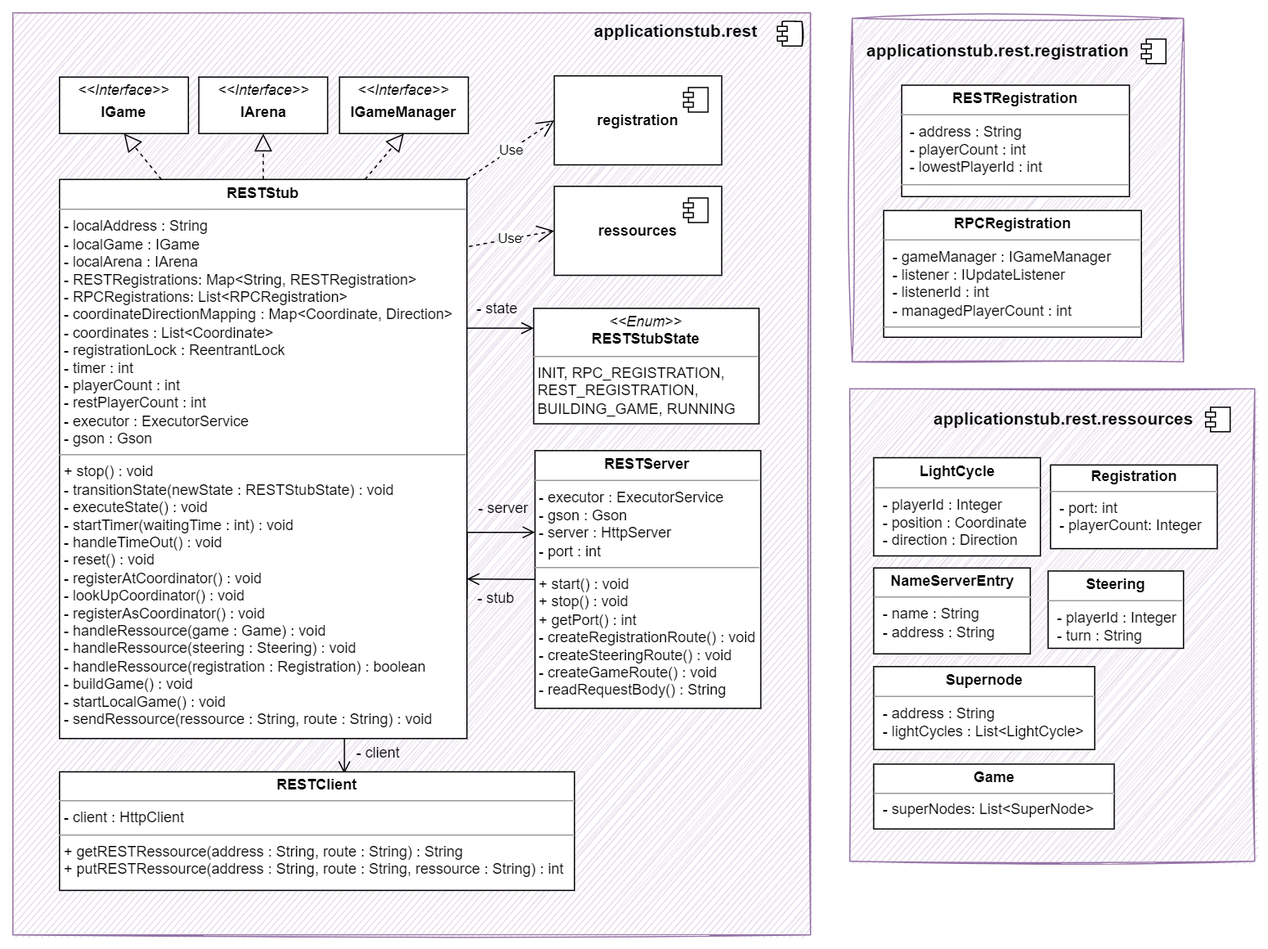
sckoenig/Distributed-Tron keeps this draw.io diagram as Dokumentation/App/diagrams/baustein/bs_layer3_stub_rest.png. Above is the earlier version. Source tidied: cells renumbered, new cells last; positions are measured from the earlier drawing's top-left corner, leaving out a move shared by most shapes.
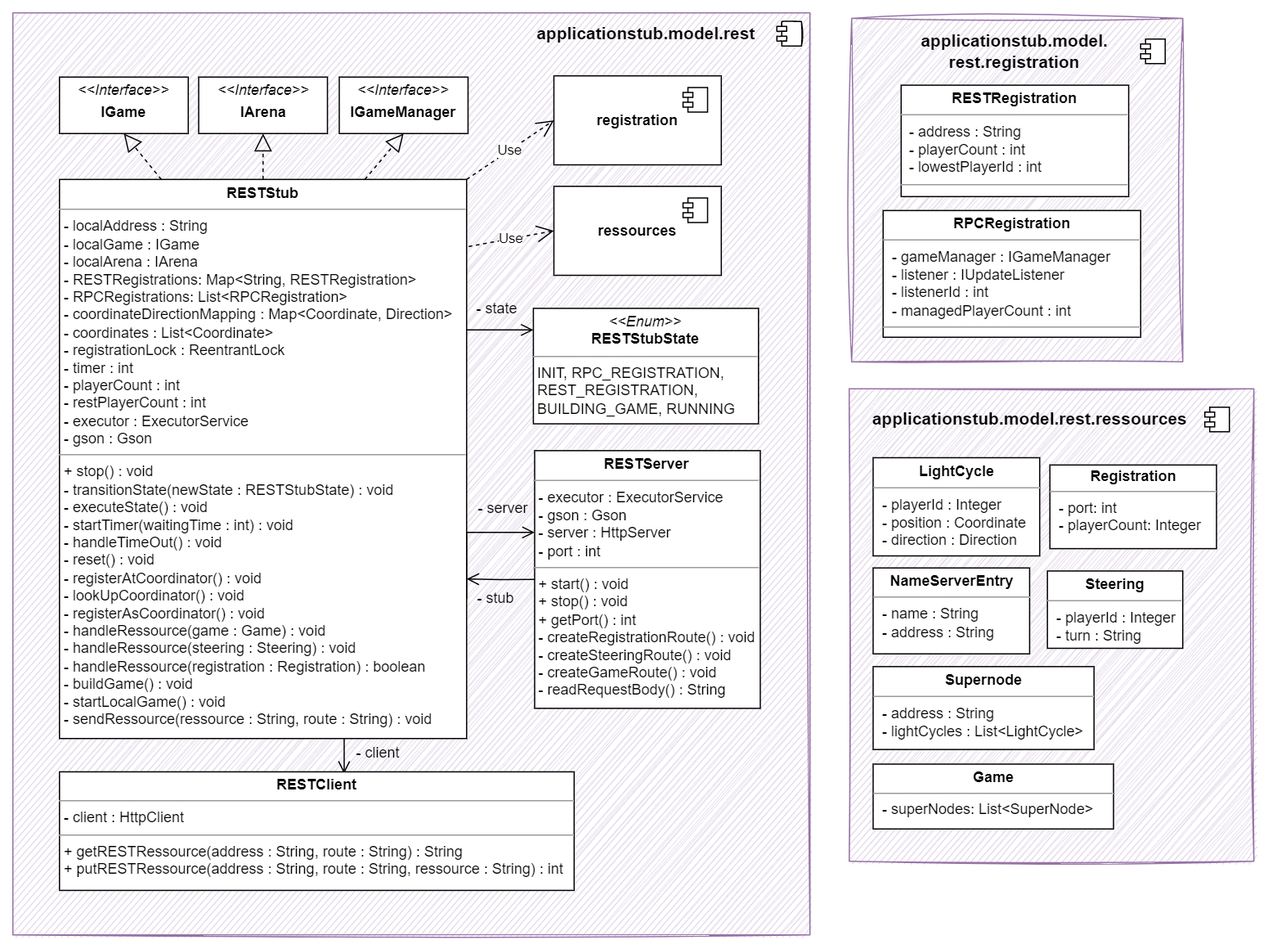
The same diagram one commit later.

Change to the diagram source:
```diff
@@ -41,8 +41,8 @@
     <mxCell id="10" value="&lt;p style=&quot;margin:0px;margin-top:4px;text-align:center;&quot;&gt;&lt;i&gt;&amp;lt;&amp;lt;Interface&lt;/i&gt;&lt;i style=&quot;background-color: initial;&quot;&gt;&amp;gt;&amp;gt;&lt;/i&gt;&lt;/p&gt;&lt;p style=&quot;margin:0px;margin-top:4px;text-align:center;&quot;&gt;&lt;b&gt;IGame&lt;/b&gt;&lt;/p&gt;&lt;p style=&quot;margin: 0px 0px 0px 4px;&quot;&gt;&lt;br&gt;&lt;/p&gt;&lt;p style=&quot;margin: 0px 0px 0px 4px;&quot;&gt;&lt;br&gt;&lt;/p&gt;" style="verticalAlign=top;align=left;overflow=fill;fontSize=12;fontFamily=Helvetica;html=1;" parent="1" vertex="1">
       <mxGeometry x="38" y="52.3" width="105" height="46" as="geometry" />
     </mxCell>
-    <mxCell id="11" value="&lt;span style=&quot;font-size: 14px;&quot;&gt;&lt;b&gt;applicationstub.rest&lt;/b&gt;&lt;/span&gt;" style="text;html=1;strokeColor=none;fillColor=none;align=center;verticalAlign=middle;whiteSpace=wrap;rounded=0;sketch=1;" parent="1" vertex="1">
-      <mxGeometry x="513.2" width="55" height="30" as="geometry" />
+    <mxCell id="11" value="&lt;span style=&quot;font-size: 14px;&quot;&gt;&lt;b&gt;applicationstub.model.rest&lt;/b&gt;&lt;/span&gt;" style="text;html=1;strokeColor=none;fillColor=none;align=center;verticalAlign=middle;whiteSpace=wrap;rounded=0;sketch=1;" parent="1" vertex="1">
+      <mxGeometry x="489.4" y="2" width="55" height="30" as="geometry" />
     </mxCell>
     <mxCell id="12" value="Use" style="endArrow=open;endSize=12;dashed=1;html=1;rounded=0;entryX=0;entryY=0.5;entryDx=0;entryDy=0;exitX=1;exitY=0;exitDx=0;exitDy=0;" parent="1" edge="1" source="7" target="34">
       <mxGeometry relative="1" as="geometry" />
@@ -73,8 +73,8 @@
     <mxCell id="20" style="shape=module;jettyWidth=8;jettyHeight=4;" parent="1" vertex="1">
       <mxGeometry x="919.7" y="21.3" width="20" height="20" as="geometry" />
     </mxCell>
-    <mxCell id="21" value="&lt;span style=&quot;font-size: 14px;&quot;&gt;&lt;b&gt;applicationstub.rest.registration&lt;/b&gt;&lt;/span&gt;" style="text;html=1;strokeColor=none;fillColor=none;align=center;verticalAlign=middle;whiteSpace=wrap;rounded=0;sketch=1;" parent="1" vertex="1">
-      <mxGeometry x="670.5" y="16.3" width="263.8" height="30" as="geometry" />
+    <mxCell id="21" value="&lt;span style=&quot;font-size: 14px;&quot;&gt;&lt;b&gt;applicationstub.model.&lt;br&gt;rest.registration&lt;/b&gt;&lt;/span&gt;" style="text;html=1;strokeColor=none;fillColor=none;align=center;verticalAlign=middle;whiteSpace=wrap;rounded=0;sketch=1;" parent="1" vertex="1">
+      <mxGeometry x="685.2" y="16.3" width="263.8" height="30" as="geometry" />
     </mxCell>
     <mxCell id="22" value="&lt;p style=&quot;margin:0px;margin-top:4px;text-align:center;&quot;&gt;&lt;b&gt;RESTRegistration&lt;/b&gt;&lt;/p&gt;&lt;hr size=&quot;1&quot;&gt;&lt;p style=&quot;margin:0px;margin-left:4px;&quot;&gt;&lt;span style=&quot;background-color: initial;&quot;&gt;&amp;nbsp;- address : String&amp;nbsp;&amp;nbsp;&lt;/span&gt;&lt;/p&gt;&lt;p style=&quot;margin:0px;margin-left:4px;&quot;&gt;&lt;span style=&quot;background-color: initial;&quot;&gt;&amp;nbsp;- playerCount : int&lt;/span&gt;&lt;br&gt;&lt;/p&gt;&lt;p style=&quot;margin:0px;margin-left:4px;&quot;&gt;&amp;nbsp;- lowestPlayerId : int&lt;/p&gt;&lt;hr size=&quot;1&quot;&gt;&lt;p style=&quot;margin: 0px 0px 0px 4px;&quot;&gt;&lt;br&gt;&lt;/p&gt;" style="verticalAlign=top;align=left;overflow=fill;fontSize=12;fontFamily=Helvetica;html=1;sketch=0;fillColor=default;" parent="1" vertex="1">
       <mxGeometry x="724.4" y="58.9" width="185.5" height="90.8" as="geometry" />
@@ -103,8 +103,8 @@
     <mxCell id="30" value="&lt;p style=&quot;margin:0px;margin-top:4px;text-align:center;&quot;&gt;&lt;b&gt;Game&lt;/b&gt;&lt;/p&gt;&lt;hr size=&quot;1&quot;&gt;&lt;p style=&quot;margin: 0px 0px 0px 4px; line-height: 110%;&quot;&gt;&lt;font style=&quot;font-size: 12px;&quot;&gt;&amp;nbsp;- superNodes: List&amp;lt;SuperNode&amp;gt;&lt;/font&gt;&lt;/p&gt;" style="verticalAlign=top;align=left;overflow=fill;fontSize=12;fontFamily=Helvetica;html=1;sketch=0;fillColor=default;" parent="1" vertex="1">
       <mxGeometry x="701.5" y="612.2" width="196" height="52.9" as="geometry" />
     </mxCell>
-    <mxCell id="31" value="&lt;span style=&quot;font-size: 14px;&quot;&gt;&lt;b&gt;applicationstub.rest.ressources&lt;/b&gt;&lt;/span&gt;" style="text;html=1;strokeColor=none;fillColor=none;align=center;verticalAlign=middle;whiteSpace=wrap;rounded=0;sketch=1;" parent="1" vertex="1">
-      <mxGeometry x="829.1" y="316.3" width="55" height="30" as="geometry" />
+    <mxCell id="31" value="&lt;span style=&quot;font-size: 14px;&quot;&gt;&lt;b&gt;applicationstub.model.rest.ressources&lt;/b&gt;&lt;/span&gt;" style="text;html=1;strokeColor=none;fillColor=none;align=center;verticalAlign=middle;whiteSpace=wrap;rounded=0;sketch=1;" parent="1" vertex="1">
+      <mxGeometry x="801.9" y="316.3" width="55" height="30" as="geometry" />
     </mxCell>
     <mxCell id="32" value="&lt;p style=&quot;margin:0px;margin-top:4px;text-align:center;&quot;&gt;&lt;b&gt;NameServerEntry&lt;/b&gt;&lt;/p&gt;&lt;hr size=&quot;1&quot;&gt;&lt;p style=&quot;margin: 0px 0px 0px 4px; line-height: 120%;&quot;&gt;&lt;font style=&quot;font-size: 12px;&quot;&gt;&amp;nbsp;- name : String&lt;br&gt;&lt;/font&gt;&lt;/p&gt;&lt;p style=&quot;margin: 0px 0px 0px 4px; line-height: 120%;&quot;&gt;&amp;nbsp;- address : String&lt;/p&gt;" style="verticalAlign=top;align=left;overflow=fill;fontSize=12;fontFamily=Helvetica;html=1;sketch=0;fillColor=default;" parent="1" vertex="1">
       <mxGeometry x="701.5" y="452.3" width="127.6" height="70" as="geometry" />
```
